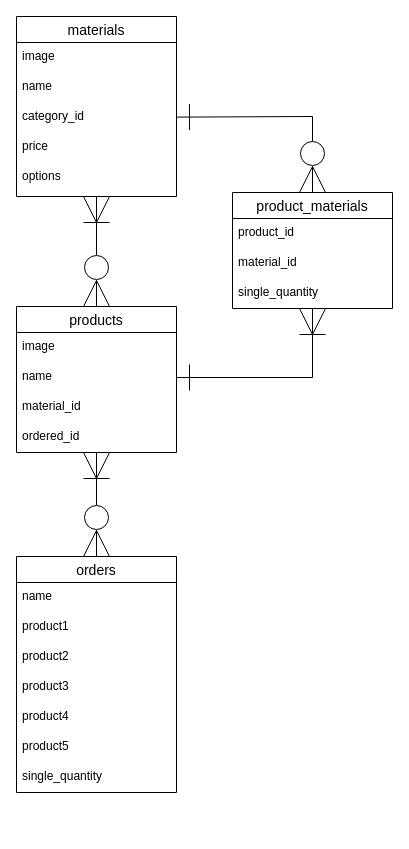
yokichioshima/hayokaeru keeps this draw.io diagram as ER.dio. Above is the earlier version. Source tidied: cells renumbered, new cells numbered last; positions are measured from the earlier drawing's top-left corner, leaving out a move shared by most shapes. Both pictures are drawn from the tidied source at 100%, with x=0, y=0 at pixel (16, 16).
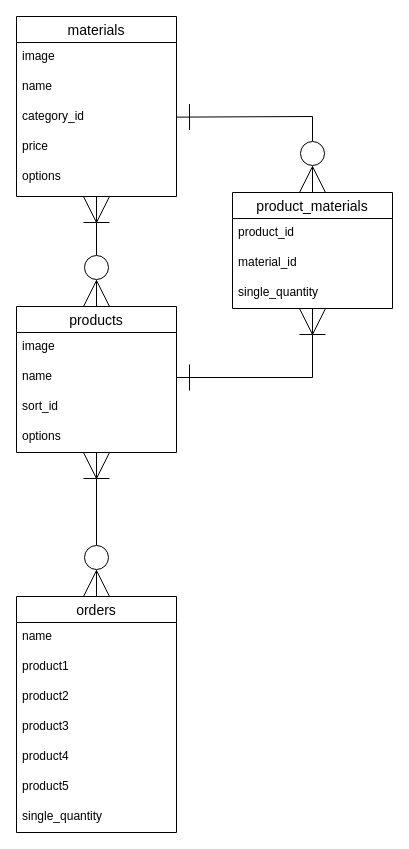
After the change.

The change refers to these unchanged cells:
```xml
<mxCell id="10" value="products" style="swimlane;fontStyle=0;horizontal=1;startSize=26;align=center;fontSize=14;" parent="1" vertex="1">
  <mxGeometry y="290" width="160" height="146" as="geometry" />
</mxCell>
```

Change to the diagram source:
```diff
@@
-    <mxCell id="13" value="material_id" style="text;strokeColor=none;fillColor=none;spacingLeft=4;spacingRight=4;overflow=hidden;fontSize=12;" parent="10" vertex="1">
-      <mxGeometry y="86" width="160" height="30" as="geometry" />
-    </mxCell>
-    <mxCell id="14" value="ordered_id" style="text;strokeColor=none;fillColor=none;spacingLeft=4;spacingRight=4;overflow=hidden;fontSize=12;" parent="10" vertex="1">
-      <mxGeometry y="116" width="160" height="30" as="geometry" />
-    </mxCell>
+    <mxCell id="29" value="sort_id" style="text;strokeColor=none;fillColor=none;spacingLeft=4;spacingRight=4;overflow=hidden;fontSize=12;" parent="10" vertex="1">
+      <mxGeometry y="86" width="160" height="30" as="geometry" />
+    </mxCell>
+    <mxCell id="30" value="options" style="text;strokeColor=none;fillColor=none;spacingLeft=4;spacingRight=4;overflow=hidden;fontSize=12;" parent="10" vertex="1">
+      <mxGeometry y="116" width="160" height="30" as="geometry" />
+    </mxCell>
@@
     <mxCell id="20" value="orders" style="swimlane;fontStyle=0;horizontal=1;startSize=26;align=center;fontSize=14;" parent="1" vertex="1">
-      <mxGeometry y="540" width="160" height="236" as="geometry" />
+      <mxGeometry y="580" width="160" height="236" as="geometry" />
     </mxCell>
```
